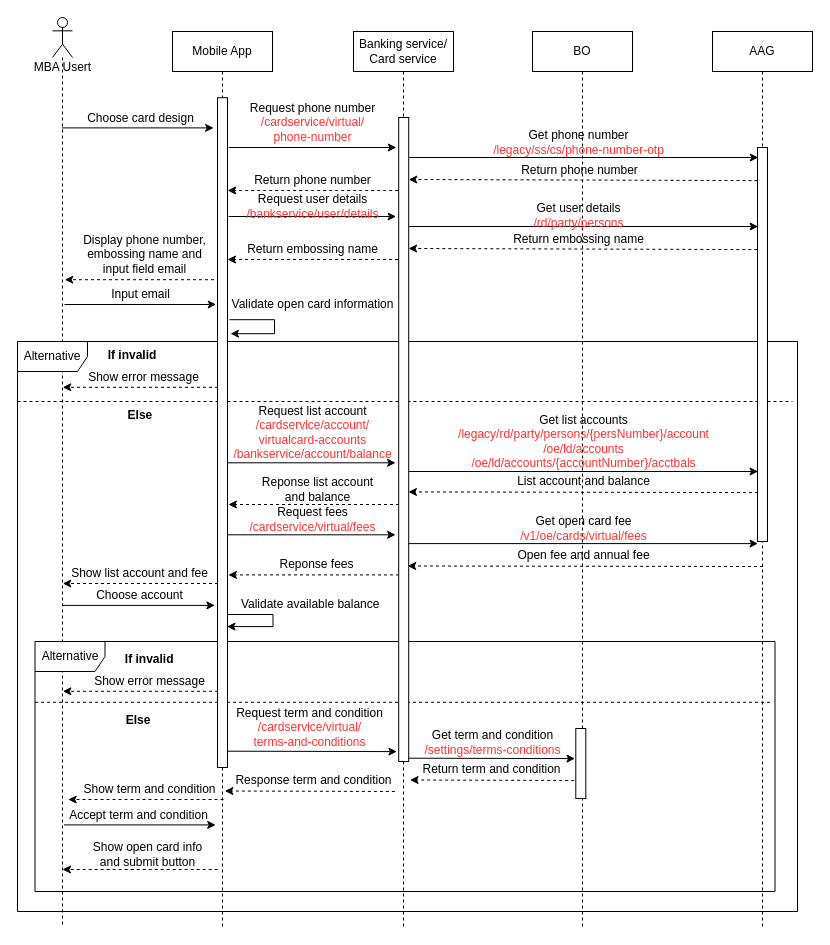
Before: page "Open-card-user-info" (3 of 15) of Sequence Diagram.drawio in lyminh1994/diagram, a draw.io diagram. Source tidied: cells renumbered, new cells numbered last; positions are measured from the earlier drawing's top-left corner, leaving out a move shared by most shapes. Both pictures are drawn from the tidied source at 100%, with x=0, y=0 at pixel (17, 17).
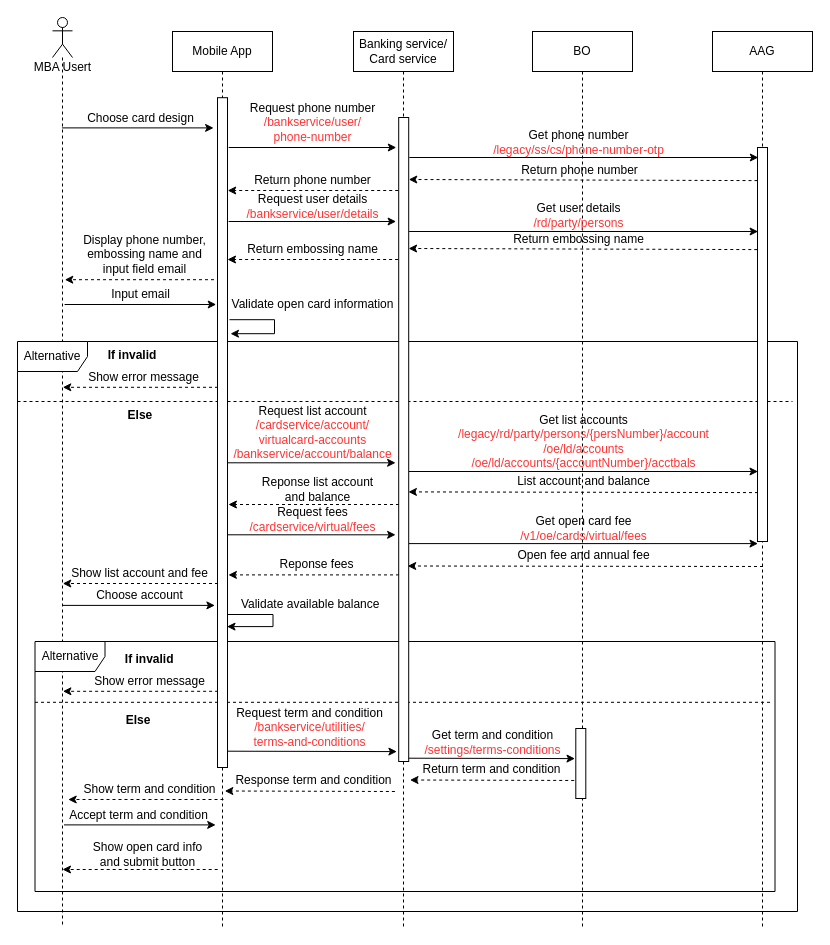
Above is the later version.

Change to the diagram source:
```diff
@@
-    <mxCell id="49" value="Request term and condition&lt;br&gt;&lt;font color=&quot;#ff3333&quot;&gt;/cardservice/virtual/&lt;br&gt;terms-and-conditions&lt;/font&gt;" style="text;html=1;align=center;verticalAlign=middle;strokeColor=none;fontSize=12;" parent="1" vertex="1">
+    <mxCell id="49" value="Request term and condition&lt;br&gt;&lt;font color=&quot;#ff3333&quot;&gt;/bankservice/utilities/&lt;br&gt;terms-and-conditions&lt;/font&gt;" style="text;html=1;align=center;verticalAlign=middle;strokeColor=none;fontSize=12;" parent="1" vertex="1">
       <mxGeometry x="212.2" y="685" width="160" height="50" as="geometry" />
     </mxCell>
@@
-    <mxCell id="71" value="Request phone number&lt;br&gt;&lt;font color=&quot;#ff3333&quot;&gt;/cardservice/virtual/&lt;br&gt;phone-number&lt;/font&gt;" style="text;html=1;align=center;verticalAlign=middle;strokeColor=none;fontSize=12;" parent="1" vertex="1">
+    <mxCell id="71" value="Request phone number&lt;br&gt;&lt;font color=&quot;#ff3333&quot;&gt;/bankservice/user/&lt;br&gt;phone-number&lt;/font&gt;" style="text;html=1;align=center;verticalAlign=middle;strokeColor=none;fontSize=12;" parent="1" vertex="1">
       <mxGeometry x="225.2" y="80.2" width="140" height="50" as="geometry" />
     </mxCell>
@@
     <mxCell id="75" style="edgeStyle=none;rounded=0;orthogonalLoop=1;jettySize=auto;html=1;entryX=-0.343;entryY=0.688;entryDx=0;entryDy=0;entryPerimeter=0;fontSize=12;" parent="1" edge="1">
       <mxGeometry relative="1" as="geometry">
-        <mxPoint x="211.1" y="199" as="sourcePoint" />
-        <mxPoint x="378.6" y="199" as="targetPoint" />
+        <mxPoint x="211.1" y="204" as="sourcePoint" />
+        <mxPoint x="378.6" y="204" as="targetPoint" />
       </mxGeometry>
     </mxCell>
@@
     <mxCell id="77" style="edgeStyle=none;rounded=0;orthogonalLoop=1;jettySize=auto;html=1;fontSize=12;entryX=0;entryY=0.078;entryDx=0;entryDy=0;entryPerimeter=0;" parent="1" edge="1">
       <mxGeometry relative="1" as="geometry">
-        <mxPoint x="391.6" y="209" as="sourcePoint" />
-        <mxPoint x="740.6" y="209" as="targetPoint" />
+        <mxPoint x="391.6" y="214" as="sourcePoint" />
+        <mxPoint x="740.6" y="214" as="targetPoint" />
       </mxGeometry>
     </mxCell>
```
